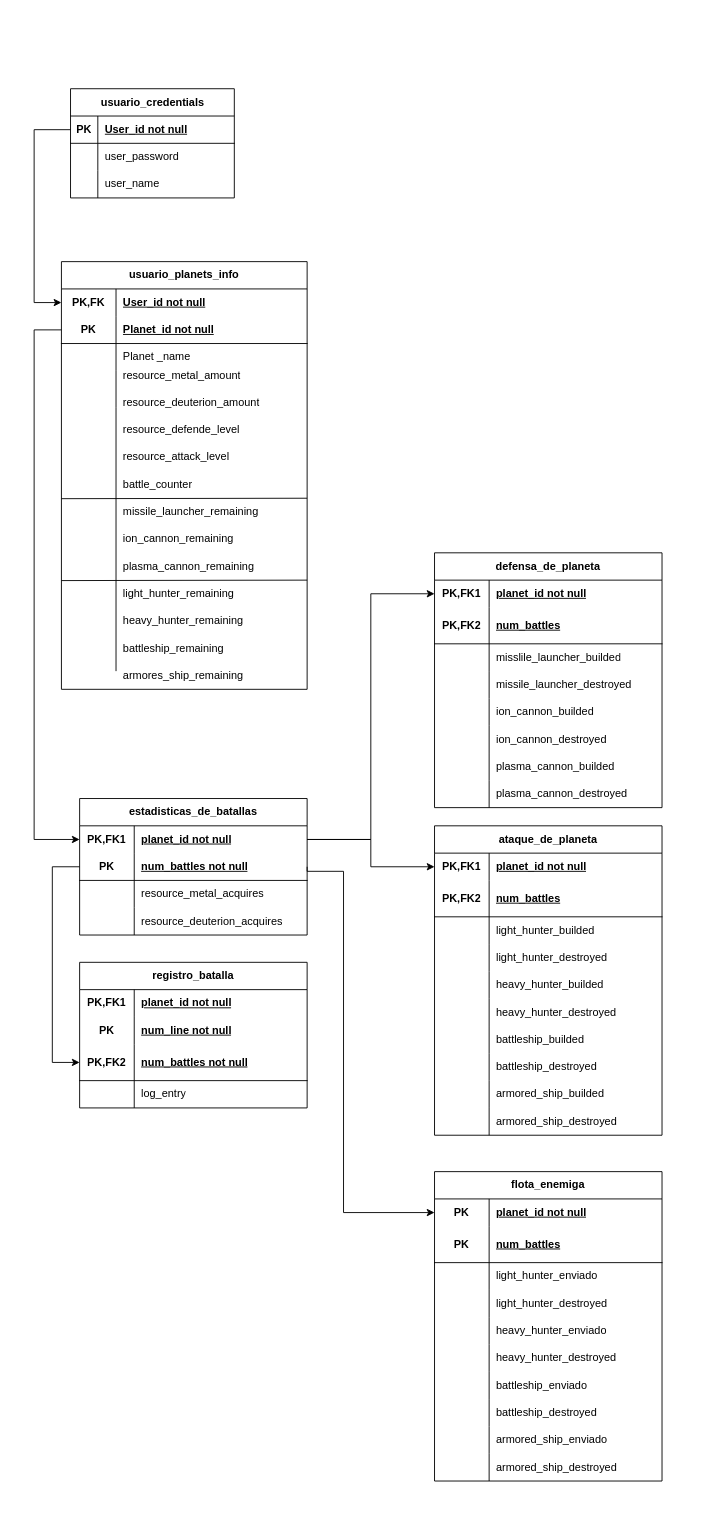
The draw.io diagram basedatosOgame/diagrama(verison3).drawio in xuanor/ProyectoM3_Joan_Badr_Dani, before the edit. Source tidied: cells renumbered, new cells numbered last; positions are measured from the earlier drawing's top-left corner, leaving out a move shared by most shapes. Both pictures are drawn from the tidied source at 91%, with x=0, y=0 at pixel (34, 88).
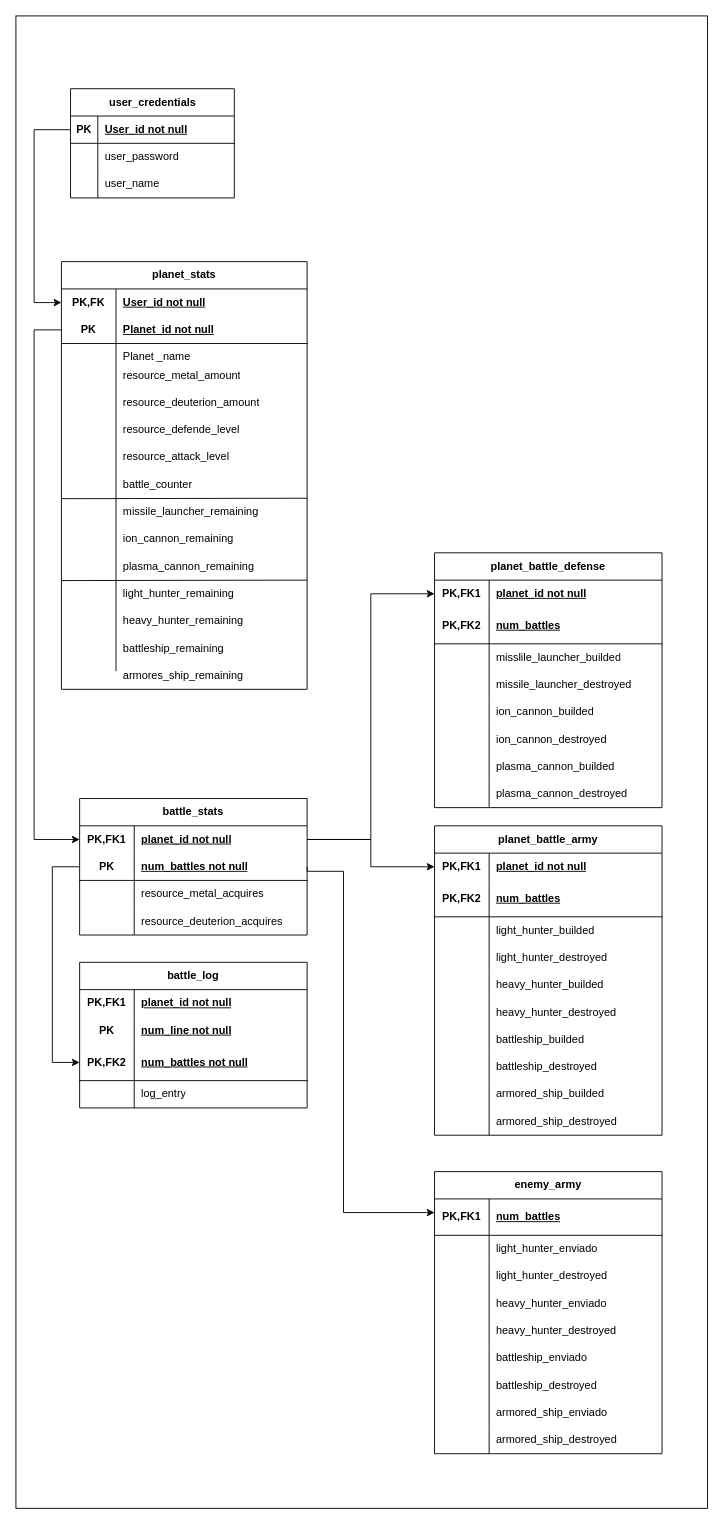
After the change.

Unchanged cells that the change refers to:
```xml
<mxCell id="43" style="shape=tableRow;horizontal=0;startSize=0;swimlaneHead=0;swimlaneBody=0;fillColor=none;points=[[0,0.5],[1,0.5]];portConstraint=eastwest;top=0;left=0;right=0;bottom=1;html=1;" parent="39" vertex="1">
  <mxGeometry y="60" width="250" height="30" as="geometry" />
</mxCell>
```

What changed in the source:
```diff
@@
+    <mxCell id="159" style="rounded=0;whiteSpace=wrap;html=1;" parent="1" vertex="1">
+      <mxGeometry x="-20" y="-80" width="760" height="1640" as="geometry" />
+    </mxCell>
-    <mxCell id="2" value="usuario_planets_info" style="shape=table;startSize=30;childLayout=tableLayout;rowLines=0;fontStyle=1;align=center;html=1;whiteSpace=wrap;" parent="1" vertex="1">
+    <mxCell id="2" value="planet_stats" style="shape=table;startSize=30;childLayout=tableLayout;rowLines=0;fontStyle=1;align=center;html=1;whiteSpace=wrap;" parent="1" vertex="1">
       <mxGeometry x="30" y="190" width="270" height="470" as="geometry" />
     </mxCell>
@@
-    <mxCell id="28" value="usuario_credentials" style="shape=table;startSize=30;childLayout=tableLayout;rowLines=0;fontStyle=1;align=center;html=1;" parent="1" vertex="1">
+    <mxCell id="28" value="user_credentials" style="shape=table;startSize=30;childLayout=tableLayout;rowLines=0;fontStyle=1;align=center;html=1;" parent="1" vertex="1">
       <mxGeometry x="40" width="180" height="120" as="geometry" />
     </mxCell>
@@
-    <mxCell id="39" value="estadisticas_de_batallas" style="shape=table;startSize=30;childLayout=tableLayout;rowLines=0;fontStyle=1;align=center;html=1;whiteSpace=wrap;" parent="1" vertex="1">
+    <mxCell id="39" value="battle_stats" style="shape=table;startSize=30;childLayout=tableLayout;rowLines=0;fontStyle=1;align=center;html=1;whiteSpace=wrap;" parent="1" vertex="1">
       <mxGeometry x="50" y="780" width="250" height="150" as="geometry" />
     </mxCell>
@@
-    <mxCell id="53" value="registro_batalla" style="shape=table;startSize=30;childLayout=tableLayout;rowLines=0;fontStyle=1;align=center;html=1;whiteSpace=wrap;" parent="1" vertex="1">
+    <mxCell id="53" value="battle_log" style="shape=table;startSize=30;childLayout=tableLayout;rowLines=0;fontStyle=1;align=center;html=1;whiteSpace=wrap;" parent="1" vertex="1">
       <mxGeometry x="50" y="960" width="250" height="160" as="geometry" />
     </mxCell>
@@
-    <mxCell id="67" value="defensa_de_planeta" style="shape=table;startSize=30;childLayout=tableLayout;rowLines=0;fontStyle=1;align=center;html=1;whiteSpace=wrap;" parent="1" vertex="1">
+    <mxCell id="67" value="planet_battle_defense" style="shape=table;startSize=30;childLayout=tableLayout;rowLines=0;fontStyle=1;align=center;html=1;whiteSpace=wrap;" parent="1" vertex="1">
       <mxGeometry x="440" y="510" width="250" height="280" as="geometry" />
     </mxCell>
@@
-    <mxCell id="93" value="ataque_de_planeta" style="shape=table;startSize=30;childLayout=tableLayout;rowLines=0;fontStyle=1;align=center;html=1;whiteSpace=wrap;" parent="1" vertex="1">
+    <mxCell id="93" value="planet_battle_army" style="shape=table;startSize=30;childLayout=tableLayout;rowLines=0;fontStyle=1;align=center;html=1;whiteSpace=wrap;" parent="1" vertex="1">
       <mxGeometry x="440" y="810" width="250" height="340" as="geometry" />
     </mxCell>
@@
-    <mxCell id="124" value="flota_enemiga" style="shape=table;startSize=30;childLayout=tableLayout;rowLines=0;fontStyle=1;align=center;html=1;whiteSpace=wrap;" parent="1" vertex="1">
-      <mxGeometry x="440" y="1190" width="250" height="340" as="geometry" />
+    <mxCell id="124" value="enemy_army" style="shape=table;startSize=30;childLayout=tableLayout;rowLines=0;fontStyle=1;align=center;html=1;whiteSpace=wrap;" parent="1" vertex="1">
+      <mxGeometry x="440" y="1190" width="250" height="310" as="geometry" />
     </mxCell>
-    <mxCell id="125" style="shape=tableRow;horizontal=0;startSize=0;swimlaneHead=0;swimlaneBody=0;fillColor=none;points=[[0,0.5],[1,0.5]];portConstraint=eastwest;top=0;left=0;right=0;bottom=0;html=1;" parent="124" vertex="1">
-      <mxGeometry y="30" width="250" height="30" as="geometry" />
-    </mxCell>
-    <mxCell id="126" value="PK" style="shape=partialRectangle;fillColor=none;top=0;left=0;bottom=0;right=0;fontStyle=1;overflow=hidden;html=1;whiteSpace=wrap;" parent="125" vertex="1">
-      <mxGeometry width="60" height="30" as="geometry" />
-    </mxCell>
-    <mxCell id="127" value="planet_id not null" style="shape=partialRectangle;fillColor=none;top=0;left=0;bottom=0;right=0;align=left;spacingLeft=6;fontStyle=5;overflow=hidden;html=1;whiteSpace=wrap;" parent="125" vertex="1">
-      <mxGeometry x="60" width="190" height="30" as="geometry" />
-    </mxCell>
     <mxCell id="128" style="shape=tableRow;horizontal=0;startSize=0;swimlaneHead=0;swimlaneBody=0;fillColor=none;top=0;left=0;right=0;bottom=1;html=1;" parent="124" vertex="1">
-      <mxGeometry y="60" width="250" height="40" as="geometry" />
+      <mxGeometry y="30" width="250" height="40" as="geometry" />
     </mxCell>
-    <mxCell id="129" value="PK" style="shape=partialRectangle;fillColor=none;top=0;left=0;bottom=0;right=0;fontStyle=1;overflow=hidden;html=1;whiteSpace=wrap;" parent="128" vertex="1">
+    <mxCell id="129" value="PK,FK1" style="shape=partialRectangle;fillColor=none;top=0;left=0;bottom=0;right=0;fontStyle=1;overflow=hidden;html=1;whiteSpace=wrap;" parent="128" vertex="1">
       <mxGeometry width="60" height="40" as="geometry" />
     </mxCell>
@@
     <mxCell id="131" style="shape=tableRow;horizontal=0;startSize=0;swimlaneHead=0;swimlaneBody=0;fillColor=none;top=0;left=0;right=0;bottom=0;html=1;" parent="124" vertex="1">
-      <mxGeometry y="100" width="250" height="30" as="geometry" />
+      <mxGeometry y="70" width="250" height="30" as="geometry" />
     </mxCell>
@@
     <mxCell id="134" style="shape=tableRow;horizontal=0;startSize=0;swimlaneHead=0;swimlaneBody=0;fillColor=none;top=0;left=0;right=0;bottom=0;html=1;" parent="124" vertex="1">
-      <mxGeometry y="130" width="250" height="30" as="geometry" />
+      <mxGeometry y="100" width="250" height="30" as="geometry" />
     </mxCell>
@@
     <mxCell id="137" style="shape=tableRow;horizontal=0;startSize=0;swimlaneHead=0;swimlaneBody=0;fillColor=none;top=0;left=0;right=0;bottom=0;html=1;" parent="124" vertex="1">
-      <mxGeometry y="160" width="250" height="30" as="geometry" />
+      <mxGeometry y="130" width="250" height="30" as="geometry" />
     </mxCell>
@@
     <mxCell id="140" style="shape=tableRow;horizontal=0;startSize=0;swimlaneHead=0;swimlaneBody=0;fillColor=none;top=0;left=0;right=0;bottom=0;html=1;" parent="124" vertex="1">
-      <mxGeometry y="190" width="250" height="30" as="geometry" />
+      <mxGeometry y="160" width="250" height="30" as="geometry" />
     </mxCell>
@@
     <mxCell id="143" style="shape=tableRow;horizontal=0;startSize=0;swimlaneHead=0;swimlaneBody=0;fillColor=none;top=0;left=0;right=0;bottom=0;html=1;" parent="124" vertex="1">
-      <mxGeometry y="220" width="250" height="30" as="geometry" />
+      <mxGeometry y="190" width="250" height="30" as="geometry" />
     </mxCell>
@@
     <mxCell id="146" style="shape=tableRow;horizontal=0;startSize=0;swimlaneHead=0;swimlaneBody=0;fillColor=none;top=0;left=0;right=0;bottom=0;html=1;" parent="124" vertex="1">
-      <mxGeometry y="250" width="250" height="30" as="geometry" />
+      <mxGeometry y="220" width="250" height="30" as="geometry" />
     </mxCell>
@@
     <mxCell id="149" style="shape=tableRow;horizontal=0;startSize=0;swimlaneHead=0;swimlaneBody=0;fillColor=none;top=0;left=0;right=0;bottom=0;html=1;" parent="124" vertex="1">
-      <mxGeometry y="280" width="250" height="30" as="geometry" />
+      <mxGeometry y="250" width="250" height="30" as="geometry" />
     </mxCell>
@@
     <mxCell id="152" style="shape=tableRow;horizontal=0;startSize=0;swimlaneHead=0;swimlaneBody=0;fillColor=none;top=0;left=0;right=0;bottom=0;html=1;" parent="124" vertex="1">
-      <mxGeometry y="310" width="250" height="30" as="geometry" />
+      <mxGeometry y="280" width="250" height="30" as="geometry" />
     </mxCell>
@@
-    <mxCell id="157" style="edgeStyle=orthogonalEdgeStyle;rounded=0;jettySize=auto;html=1;exitX=1;exitY=0.5;exitDx=0;exitDy=0;entryX=0;entryY=0.5;entryDx=0;entryDy=0;" parent="1" edge="1" source="43" target="125">
+    <mxCell id="157" style="edgeStyle=orthogonalEdgeStyle;rounded=0;jettySize=auto;html=1;exitX=1;exitY=0.5;exitDx=0;exitDy=0;entryX=0;entryY=0.5;entryDx=0;entryDy=0;" parent="1" edge="1" source="43">
       <mxGeometry relative="1" as="geometry">
+        <mxPoint x="440" y="1235" as="targetPoint" />
         <Array as="points">
           <mxPoint x="300" y="860" />
           <mxPoint x="340" y="860" />
           <mxPoint x="340" y="1235" />
         </Array>
       </mxGeometry>
     </mxCell>
```
